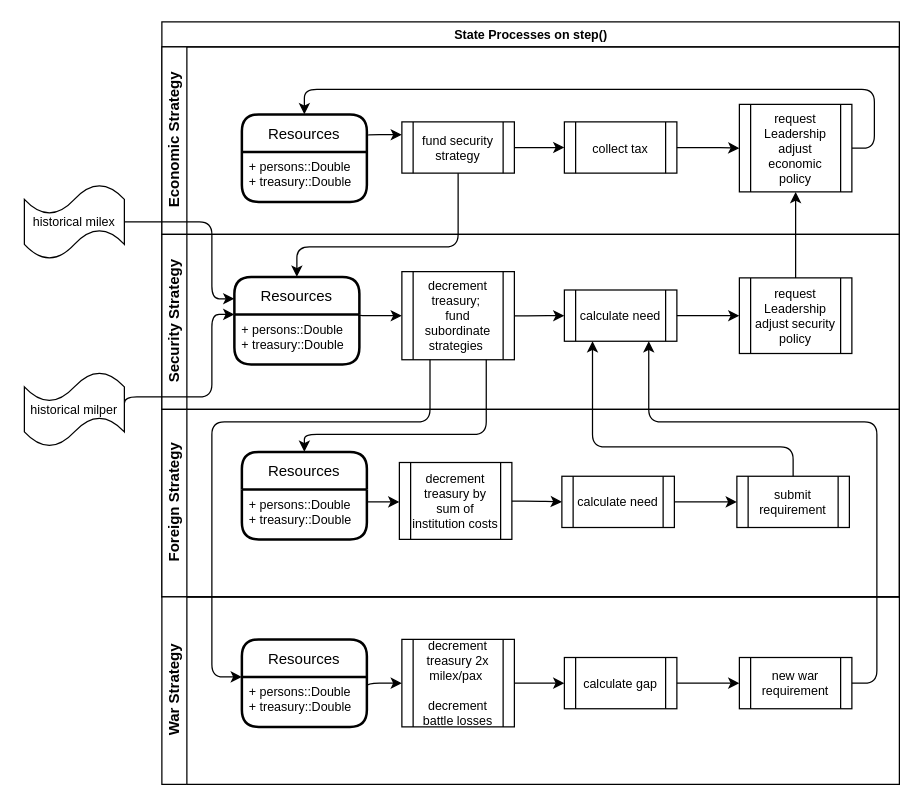
Before: documentation/OverallProcess.drawio in usuallycwdillon/george, a draw.io diagram. Source tidied: cells renumbered, new cells numbered last; positions are measured from the earlier drawing's top-left corner, leaving out a move shared by most shapes. Both pictures are drawn from the tidied source at 125%, with x=0, y=0 at pixel (24, 21).
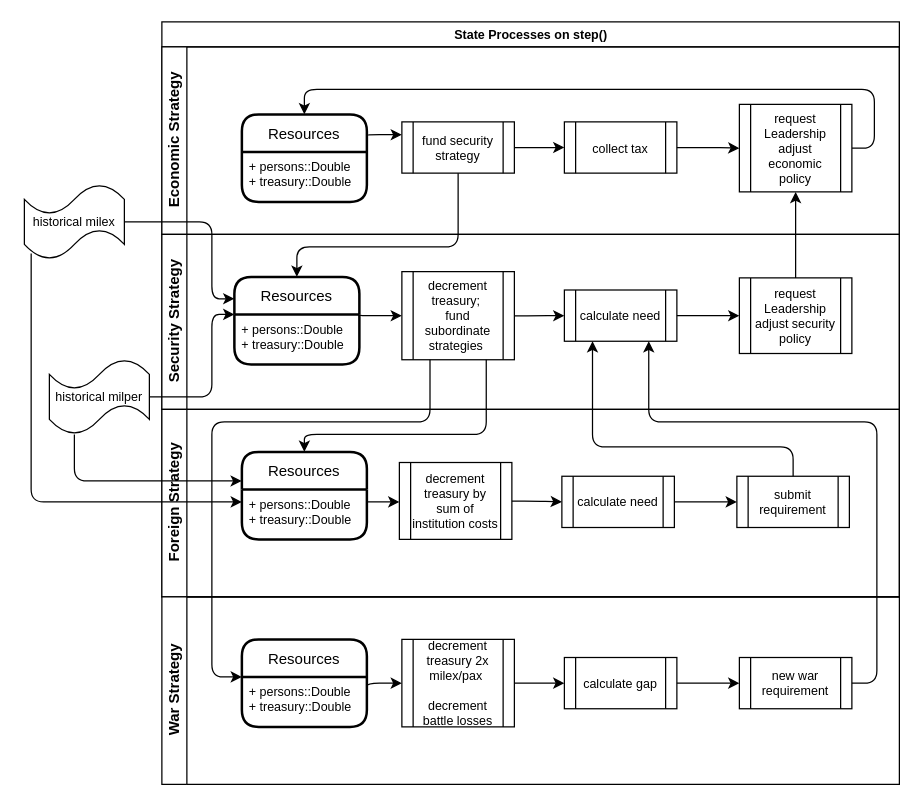
Above is the later version.

Unchanged cells that the change refers to:
```xml
<mxCell id="23" value="Resources" style="swimlane;horizontal=1;startSize=30;rounded=1;fontSize=12;fontStyle=0;strokeWidth=2;shadow=0;dashed=0;align=center;sketch=0;" parent="22" vertex="1">
  <mxGeometry x="64" y="34" width="100" height="70" as="geometry" />
</mxCell>
<mxCell id="24" value="+ persons::Double&#10;+ treasury::Double" style="align=left;strokeColor=none;fillColor=none;spacingLeft=4;fontSize=10;verticalAlign=top;" parent="23" vertex="1">
  <mxGeometry y="30" width="100" height="40" as="geometry" />
</mxCell>
<mxCell id="47" value="historical milex" style="shape=tape;whiteSpace=wrap;html=1;rounded=0;sketch=0;fontSize=10;" parent="1" vertex="1">
  <mxGeometry y="130" width="80" height="60" as="geometry" />
</mxCell>
```

What changed in the source:
```diff
@@
+    <mxCell id="50" style="edgeStyle=orthogonalEdgeStyle;curved=0;rounded=1;sketch=0;jettySize=auto;html=1;exitX=0.068;exitY=0.923;exitDx=0;exitDy=0;exitPerimeter=0;entryX=0;entryY=0.25;entryDx=0;entryDy=0;fontSize=10;" parent="1" edge="1" source="47" target="24">
+      <mxGeometry relative="1" as="geometry">
+        <Array as="points">
+          <mxPoint x="5" y="384" />
+        </Array>
+      </mxGeometry>
+    </mxCell>
@@
+    <mxCell id="51" style="edgeStyle=orthogonalEdgeStyle;curved=0;rounded=1;sketch=0;jettySize=auto;html=1;exitX=0.25;exitY=1;exitDx=0;exitDy=0;exitPerimeter=0;entryX=-0.001;entryY=0.332;entryDx=0;entryDy=0;entryPerimeter=0;fontSize=10;" parent="1" edge="1" source="49" target="23">
+      <mxGeometry relative="1" as="geometry" />
+    </mxCell>
     <mxCell id="49" value="historical milper" style="shape=tape;whiteSpace=wrap;html=1;rounded=0;sketch=0;fontSize=10;" parent="1" vertex="1">
-      <mxGeometry y="280" width="80" height="60" as="geometry" />
+      <mxGeometry x="20" y="270" width="80" height="60" as="geometry" />
     </mxCell>
```
